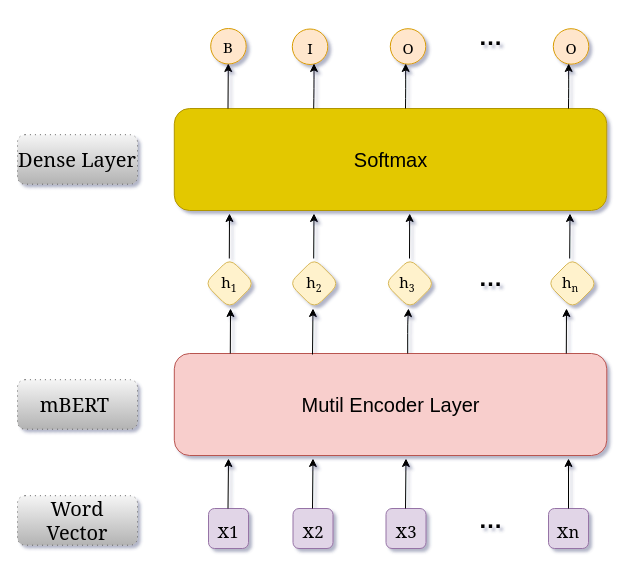
This is BiLSTM-CRF.drawio from yhx123hero/CyberspaceSecurity_NER, a draw.io file, before an edit. Source tidied: cells renumbered, new cells numbered last; positions are measured from the earlier drawing's top-left corner, leaving out a move shared by most shapes. Both pictures are drawn from the tidied source at 100%, with x=0, y=0 at pixel (17, 17).
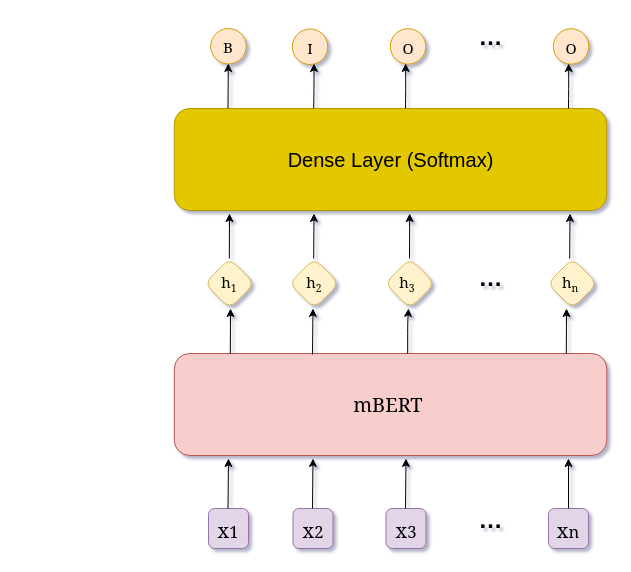
The same diagram, later.

Diff of the diagram source:
```diff
@@
-    <mxCell id="2" value="&lt;font style=&quot;font-size: 20px&quot;&gt;Mutil Encoder Layer&lt;/font&gt;" style="whiteSpace=wrap;html=1;fillColor=#f8cecc;strokeColor=#b85450;rounded=1;" parent="1" vertex="1">
+    <mxCell id="2" value="&lt;span style=&quot;font-family: &amp;#34;georgia&amp;#34; ; font-size: 20px&quot;&gt;mBERT&amp;nbsp;&lt;/span&gt;" style="whiteSpace=wrap;html=1;fillColor=#f8cecc;strokeColor=#b85450;rounded=1;" parent="1" vertex="1">
       <mxGeometry x="156.8" y="336" width="432.5" height="102" as="geometry" />
     </mxCell>
@@
-    <mxCell id="28" value="&lt;font style=&quot;font-size: 20px&quot;&gt;mBERT&amp;nbsp;&lt;/font&gt;" style="shape=ext;html=1;whiteSpace=wrap;dashed=1;dashPattern=1 4;labelBackgroundColor=none;fontFamily=Georgia;fontSize=15;fillColor=#f5f5f5;strokeColor=#666666;gradientColor=#b3b3b3;rounded=1;" parent="1" vertex="1">
-      <mxGeometry y="362.2" width="120" height="49.5" as="geometry" />
-    </mxCell>
-    <mxCell id="29" value="&lt;font style=&quot;font-size: 20px&quot;&gt;Word Vector&lt;/font&gt;" style="shape=ext;html=1;whiteSpace=wrap;dashed=1;dashPattern=1 4;labelBackgroundColor=none;fontFamily=Georgia;fontSize=15;fillColor=#f5f5f5;strokeColor=#666666;gradientColor=#b3b3b3;rounded=1;" parent="1" vertex="1">
-      <mxGeometry y="478.2" width="120" height="49.5" as="geometry" />
-    </mxCell>
@@
-    <mxCell id="40" value="&lt;font color=&quot;#000000&quot; style=&quot;font-size: 20px&quot;&gt;Softmax&lt;/font&gt;" style="whiteSpace=wrap;html=1;fillColor=#e3c800;strokeColor=#B09500;fontColor=#ffffff;rounded=1;" parent="1" vertex="1">
+    <mxCell id="40" value="&lt;font color=&quot;#000000&quot;&gt;&lt;span style=&quot;font-size: 20px&quot;&gt;Dense Layer (Softmax)&lt;/span&gt;&lt;/font&gt;" style="whiteSpace=wrap;html=1;fillColor=#e3c800;strokeColor=#B09500;fontColor=#ffffff;rounded=1;" parent="1" vertex="1">
       <mxGeometry x="156.8" y="91" width="432.5" height="102" as="geometry" />
     </mxCell>
-    <mxCell id="41" value="&lt;font style=&quot;font-size: 20px&quot;&gt;Dense Layer&lt;/font&gt;" style="shape=ext;html=1;whiteSpace=wrap;dashed=1;dashPattern=1 4;labelBackgroundColor=none;fontFamily=Georgia;fontSize=15;fillColor=#f5f5f5;strokeColor=#666666;gradientColor=#b3b3b3;rounded=1;" parent="1" vertex="1">
-      <mxGeometry y="117.2" width="120" height="49.5" as="geometry" />
-    </mxCell>
```
